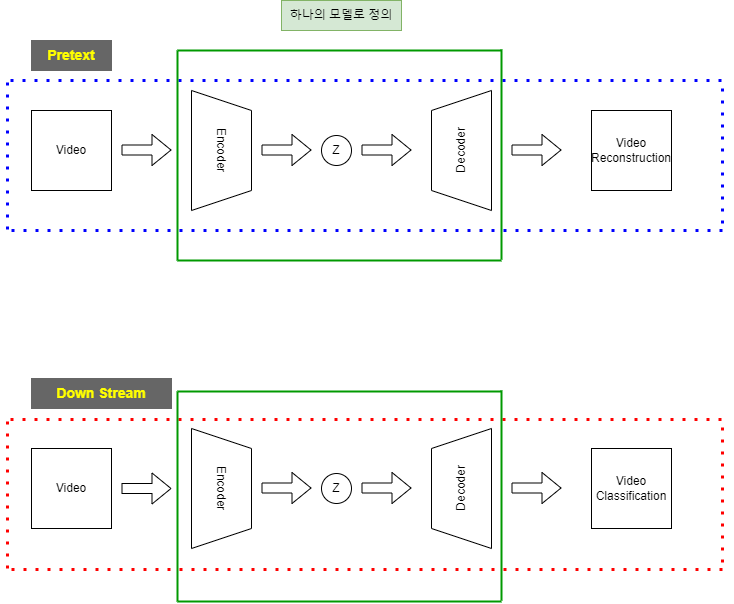
Earlier version of the draw.io export 제목 없는 다이어그램.drawio.png (Kyoungrae-Noh/Self-Supervised-Learning). Source tidied: cells renumbered, new cells last; positions are measured from the earlier drawing's top-left corner, leaving out a move shared by most shapes.
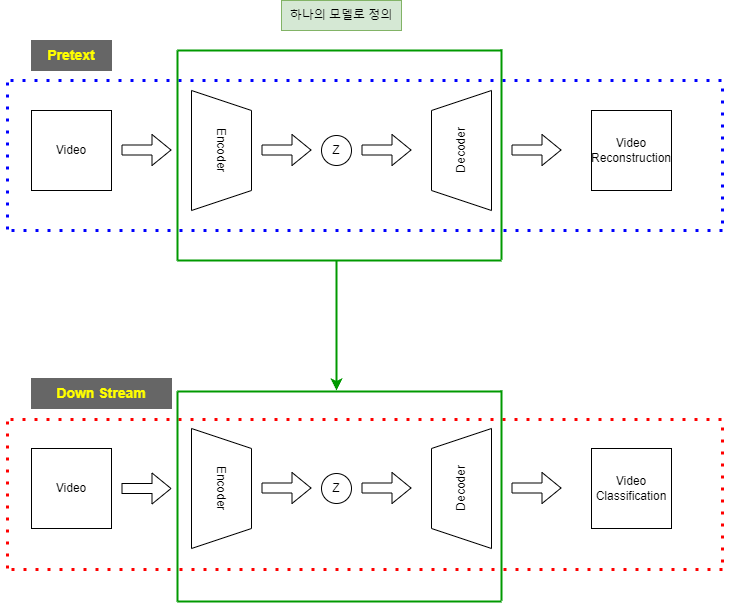
Later version of the same file.

Commit message:
제목 없는 다이어그램.drawio.png 업데이트

The edit, as a diff of the source:
```diff
@@ -197,5 +197,11 @@
         </Array>
       </mxGeometry>
     </mxCell>
+    <mxCell id="39" style="endArrow=classic;html=1;rounded=0;strokeColor=#009900;strokeWidth=2;" parent="1" edge="1">
+      <mxGeometry relative="1" as="geometry">
+        <mxPoint x="335" y="260" as="sourcePoint" />
+        <mxPoint x="335" y="390" as="targetPoint" />
+      </mxGeometry>
+    </mxCell>
   </root>
 </mxGraphModel>
```
